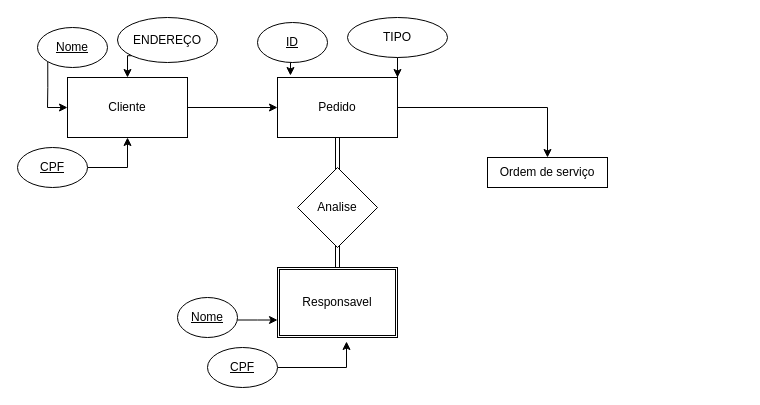
Before: ordem-de-serviço.drawio in ViniDevBR/SQL-Draw.io, a draw.io diagram. Source tidied: cells renumbered, new cells numbered last; positions are measured from the earlier drawing's top-left corner, leaving out a move shared by most shapes. Both pictures are drawn from the tidied source at 100%, with x=0, y=0 at pixel (17, 17).
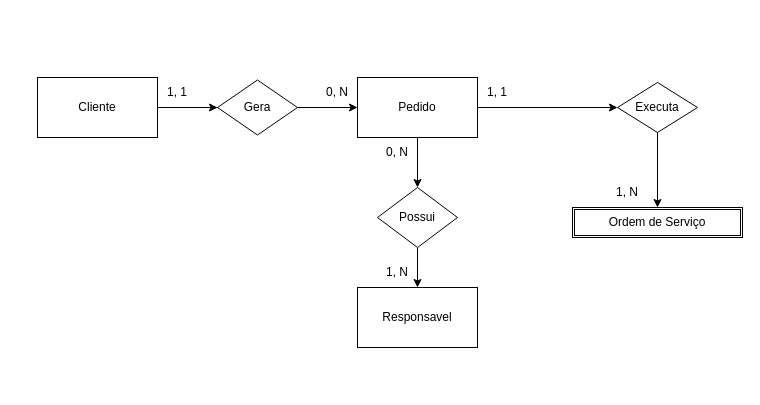
After the change.

What changed in the source:
```diff
@@
-    <mxCell id="2" style="edgeStyle=orthogonalEdgeStyle;rounded=0;jettySize=auto;html=1;entryX=0;entryY=0.5;entryDx=0;entryDy=0;" parent="1" edge="1" source="3" target="5">
+    <mxCell id="2" style="edgeStyle=orthogonalEdgeStyle;rounded=0;jettySize=auto;html=1;entryX=0;entryY=0.5;entryDx=0;entryDy=0;startArrow=none;" parent="1" edge="1" source="27" target="5">
       <mxGeometry relative="1" as="geometry" />
     </mxCell>
+    <mxCell id="24" style="edgeStyle=orthogonalEdgeStyle;rounded=0;jettySize=auto;html=1;" parent="1" edge="1" source="3" target="27">
+      <mxGeometry relative="1" as="geometry" />
+    </mxCell>
     <mxCell id="3" value="Cliente" style="rounded=0;whiteSpace=wrap;html=1;" parent="1" vertex="1">
-      <mxGeometry x="50" y="60" width="120" height="60" as="geometry" />
+      <mxGeometry x="20" y="60" width="120" height="60" as="geometry" />
     </mxCell>
-    <mxCell id="4" style="edgeStyle=orthogonalEdgeStyle;rounded=0;jettySize=auto;html=1;entryX=0.5;entryY=0;entryDx=0;entryDy=0;" parent="1" edge="1" source="5" target="6">
-      <mxGeometry relative="1" as="geometry" />
-    </mxCell>
+    <mxCell id="25" style="edgeStyle=orthogonalEdgeStyle;rounded=0;jettySize=auto;html=1;" parent="1" edge="1" source="5" target="32">
+      <mxGeometry relative="1" as="geometry" />
+    </mxCell>
+    <mxCell id="26" style="edgeStyle=orthogonalEdgeStyle;rounded=0;jettySize=auto;html=1;" parent="1" edge="1" source="5" target="36">
+      <mxGeometry relative="1" as="geometry" />
+    </mxCell>
     <mxCell id="5" value="Pedido" style="rounded=0;whiteSpace=wrap;html=1;" parent="1" vertex="1">
-      <mxGeometry x="260" y="60" width="120" height="60" as="geometry" />
+      <mxGeometry x="340" y="60" width="120" height="60" as="geometry" />
     </mxCell>
-    <mxCell id="6" value="Ordem de serviço" style="rounded=0;whiteSpace=wrap;html=1;" parent="1" vertex="1">
-      <mxGeometry x="470" y="140" width="120" height="30" as="geometry" />
-    </mxCell>
-    <mxCell id="7" style="edgeStyle=orthogonalEdgeStyle;rounded=0;jettySize=auto;html=1;exitX=0;exitY=1;exitDx=0;exitDy=0;entryX=0;entryY=0.5;entryDx=0;entryDy=0;" parent="1" edge="1" source="8" target="3">
-      <mxGeometry relative="1" as="geometry" />
-    </mxCell>
-    <mxCell id="8" value="Nome" style="ellipse;whiteSpace=wrap;html=1;fontStyle=4;" parent="1" vertex="1">
-      <mxGeometry x="20" y="10" width="70" height="40" as="geometry" />
-    </mxCell>
-    <mxCell id="9" style="edgeStyle=orthogonalEdgeStyle;rounded=0;jettySize=auto;html=1;exitX=0;exitY=1;exitDx=0;exitDy=0;entryX=0.5;entryY=0;entryDx=0;entryDy=0;" parent="1" edge="1" source="10" target="3">
-      <mxGeometry relative="1" as="geometry" />
-    </mxCell>
-    <mxCell id="10" value="ENDEREÇO" style="ellipse;whiteSpace=wrap;html=1;fontStyle=0;" parent="1" vertex="1">
-      <mxGeometry x="100" width="100" height="45" as="geometry" />
-    </mxCell>
-    <mxCell id="11" style="edgeStyle=orthogonalEdgeStyle;rounded=0;jettySize=auto;html=1;exitX=1;exitY=0.5;exitDx=0;exitDy=0;entryX=0.5;entryY=1;entryDx=0;entryDy=0;" parent="1" edge="1" source="12" target="3">
-      <mxGeometry relative="1" as="geometry" />
-    </mxCell>
-    <mxCell id="12" value="CPF" style="ellipse;whiteSpace=wrap;html=1;fontStyle=4;" parent="1" vertex="1">
-      <mxGeometry y="130" width="70" height="40" as="geometry" />
-    </mxCell>
-    <mxCell id="13" style="edgeStyle=orthogonalEdgeStyle;rounded=0;jettySize=auto;html=1;exitX=0.5;exitY=1;exitDx=0;exitDy=0;entryX=0.108;entryY=-0.033;entryDx=0;entryDy=0;entryPerimeter=0;" parent="1" edge="1" source="14" target="5">
-      <mxGeometry relative="1" as="geometry" />
-    </mxCell>
-    <mxCell id="14" value="ID" style="ellipse;whiteSpace=wrap;html=1;fontStyle=4;" parent="1" vertex="1">
-      <mxGeometry x="240" y="5" width="70" height="40" as="geometry" />
-    </mxCell>
-    <mxCell id="15" style="edgeStyle=orthogonalEdgeStyle;rounded=0;jettySize=auto;html=1;entryX=1;entryY=0;entryDx=0;entryDy=0;" parent="1" edge="1" source="16" target="5">
-      <mxGeometry relative="1" as="geometry" />
-    </mxCell>
-    <mxCell id="16" value="TIPO" style="ellipse;whiteSpace=wrap;html=1;fontStyle=0;" parent="1" vertex="1">
-      <mxGeometry x="330" width="100" height="40" as="geometry" />
-    </mxCell>
+    <mxCell id="27" value="Gera" style="rhombus;whiteSpace=wrap;html=1;rounded=0;" parent="1" vertex="1">
+      <mxGeometry x="200" y="62.5" width="80" height="55" as="geometry" />
+    </mxCell>
+    <mxCell id="28" style="edgeStyle=orthogonalEdgeStyle;rounded=0;jettySize=auto;html=1;entryX=0;entryY=0.5;entryDx=0;entryDy=0;endArrow=none;" parent="1" edge="1" source="3" target="27">
+      <mxGeometry relative="1" as="geometry" />
+    </mxCell>
+    <mxCell id="29" value="1, 1" style="text;html=1;strokeColor=none;fillColor=none;align=center;verticalAlign=middle;whiteSpace=wrap;rounded=0;" parent="1" vertex="1">
+      <mxGeometry x="130" y="60" width="60" height="30" as="geometry" />
+    </mxCell>
+    <mxCell id="30" value="0, N" style="text;html=1;strokeColor=none;fillColor=none;align=center;verticalAlign=middle;whiteSpace=wrap;rounded=0;" parent="1" vertex="1">
+      <mxGeometry x="290" y="60" width="60" height="30" as="geometry" />
+    </mxCell>
+    <mxCell id="31" style="edgeStyle=orthogonalEdgeStyle;rounded=0;jettySize=auto;html=1;" parent="1" edge="1" source="32" target="17">
+      <mxGeometry relative="1" as="geometry" />
+    </mxCell>
+    <mxCell id="32" value="Possui" style="rhombus;whiteSpace=wrap;html=1;rounded=0;" parent="1" vertex="1">
+      <mxGeometry x="360" y="170" width="80" height="60" as="geometry" />
+    </mxCell>
-    <mxCell id="17" value="Responsavel" style="shape=ext;double=1;rounded=0;whiteSpace=wrap;html=1;" parent="1" vertex="1">
-      <mxGeometry x="260" y="250" width="120" height="70" as="geometry" />
+    <mxCell id="17" value="Responsavel" style="whiteSpace=wrap;html=1;rounded=0;" parent="1" vertex="1">
+      <mxGeometry x="340" y="270" width="120" height="60" as="geometry" />
     </mxCell>
-    <mxCell id="18" style="edgeStyle=orthogonalEdgeStyle;rounded=0;jettySize=auto;html=1;entryX=0;entryY=0.75;entryDx=0;entryDy=0;" parent="1" edge="1" source="19" target="17">
-      <mxGeometry relative="1" as="geometry">
-        <Array as="points">
-          <mxPoint x="240" y="303" />
-        </Array>
-      </mxGeometry>
-    </mxCell>
-    <mxCell id="19" value="Nome" style="ellipse;whiteSpace=wrap;html=1;fontStyle=4;" parent="1" vertex="1">
-      <mxGeometry x="160" y="280" width="60" height="40" as="geometry" />
-    </mxCell>
-    <mxCell id="20" style="edgeStyle=orthogonalEdgeStyle;rounded=0;jettySize=auto;html=1;entryX=0.575;entryY=1.057;entryDx=0;entryDy=0;entryPerimeter=0;" parent="1" edge="1" source="21" target="17">
-      <mxGeometry relative="1" as="geometry">
-        <Array as="points">
-          <mxPoint x="329" y="350" />
-        </Array>
-      </mxGeometry>
-    </mxCell>
-    <mxCell id="21" value="CPF" style="ellipse;whiteSpace=wrap;html=1;fontStyle=4;" parent="1" vertex="1">
-      <mxGeometry x="190" y="330" width="70" height="40" as="geometry" />
-    </mxCell>
-    <mxCell id="22" style="shape=link;html=1;rounded=0;entryX=0.5;entryY=0;entryDx=0;entryDy=0;exitX=0.5;exitY=1;exitDx=0;exitDy=0;" parent="1" edge="1" source="5" target="17">
-      <mxGeometry relative="1" as="geometry" />
-    </mxCell>
-    <mxCell id="23" value="Analise" style="rhombus;whiteSpace=wrap;html=1;rounded=0;" parent="1" vertex="1">
-      <mxGeometry x="280" y="150" width="80" height="80" as="geometry" />
-    </mxCell>
+    <mxCell id="33" value="0, N" style="text;html=1;strokeColor=none;fillColor=none;align=center;verticalAlign=middle;whiteSpace=wrap;rounded=0;" parent="1" vertex="1">
+      <mxGeometry x="350" y="120" width="60" height="30" as="geometry" />
+    </mxCell>
+    <mxCell id="34" value="1, N" style="text;html=1;strokeColor=none;fillColor=none;align=center;verticalAlign=middle;whiteSpace=wrap;rounded=0;" parent="1" vertex="1">
+      <mxGeometry x="350" y="240" width="60" height="30" as="geometry" />
+    </mxCell>
+    <mxCell id="35" style="edgeStyle=orthogonalEdgeStyle;rounded=0;jettySize=auto;html=1;entryX=0.5;entryY=0;entryDx=0;entryDy=0;" parent="1" edge="1" source="36">
+      <mxGeometry relative="1" as="geometry">
+        <mxPoint x="640" y="190" as="targetPoint" />
+      </mxGeometry>
+    </mxCell>
+    <mxCell id="36" value="Executa" style="rhombus;whiteSpace=wrap;html=1;rounded=0;" parent="1" vertex="1">
+      <mxGeometry x="600" y="65" width="80" height="50" as="geometry" />
+    </mxCell>
+    <mxCell id="37" value="1, 1" style="text;html=1;strokeColor=none;fillColor=none;align=center;verticalAlign=middle;whiteSpace=wrap;rounded=0;" parent="1" vertex="1">
+      <mxGeometry x="450" y="60" width="60" height="30" as="geometry" />
+    </mxCell>
+    <mxCell id="38" value="1, N" style="text;html=1;strokeColor=none;fillColor=none;align=center;verticalAlign=middle;whiteSpace=wrap;rounded=0;" parent="1" vertex="1">
+      <mxGeometry x="580" y="160" width="60" height="30" as="geometry" />
+    </mxCell>
+    <mxCell id="39" value="Ordem de Serviço" style="shape=ext;double=1;rounded=0;whiteSpace=wrap;html=1;" parent="1" vertex="1">
+      <mxGeometry x="555" y="190" width="170" height="30" as="geometry" />
+    </mxCell>
```
